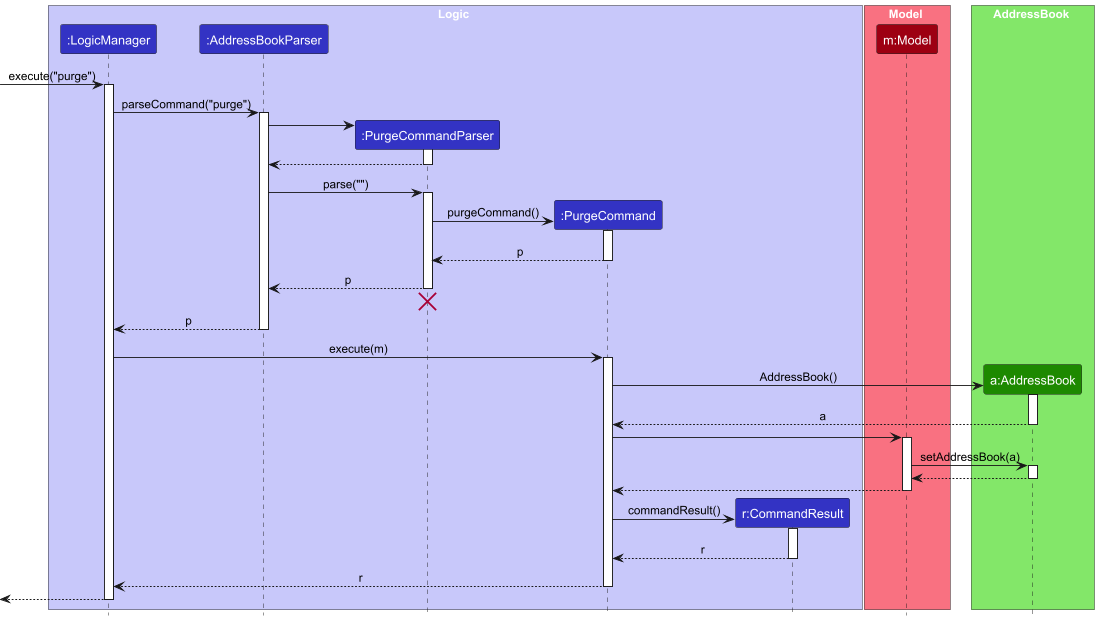
This is docs/images/PurgeSequenceDiagram.png from GaaneshT/tp, a PlantUML export, as it was before one commit.
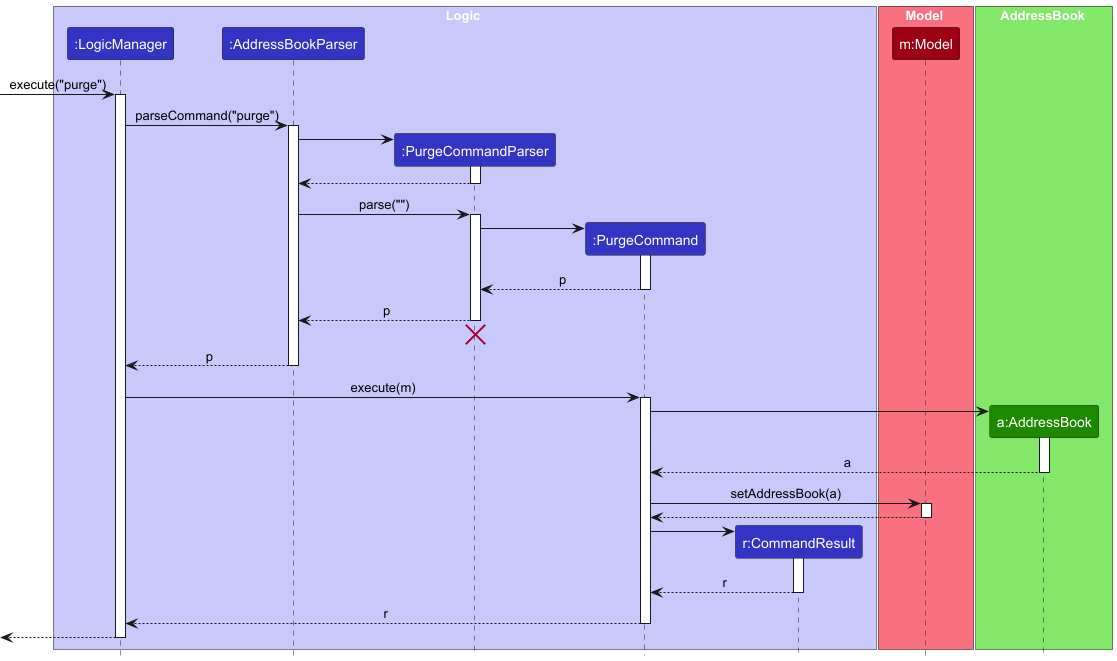
Later version of the same file.

Commit message:
Minor Fix to Purge sequence diagram

Change to the diagram source:
```diff
@@ -39,7 +39,7 @@
 activate PurgeCommandParser
 
 create PurgeCommand
-PurgeCommandParser -> PurgeCommand:purgeCommand()
+PurgeCommandParser -> PurgeCommand
 activate PurgeCommand
 
 PurgeCommand --> PurgeCommandParser : p
@@ -58,23 +58,19 @@
 activate PurgeCommand
 
 create AddressBook
-PurgeCommand -> AddressBook : AddressBook()
+PurgeCommand -> AddressBook
 activate AddressBook
 AddressBook --> PurgeCommand : a
 deactivate AddressBook
 
-PurgeCommand -> Model
+PurgeCommand -> Model :setAddressBook(a)
 activate Model
-Model -> AddressBook : setAddressBook(a)
-activate AddressBook
-AddressBook --> Model
-deactivate AddressBook
+
 Model --> PurgeCommand
 deactivate Model
 
-
 create CommandResult
-PurgeCommand -> CommandResult : commandResult()
+PurgeCommand -> CommandResult
 activate CommandResult
 
 CommandResult --> PurgeCommand : r
```
